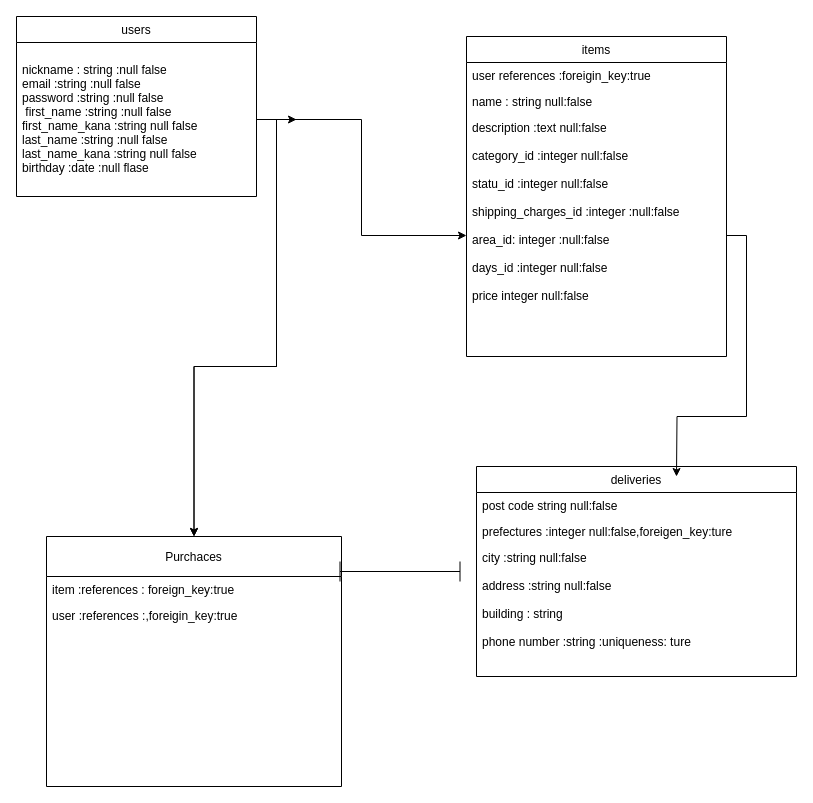
Earlier version of the draw.io diagram test.dio (hirom119/furima-30517). Source tidied: cells renumbered, new cells numbered last; positions are measured from the earlier drawing's top-left corner, leaving out a move shared by most shapes. Both pictures are drawn from the tidied source at 100%, with x=0, y=0 at pixel (16, 16).
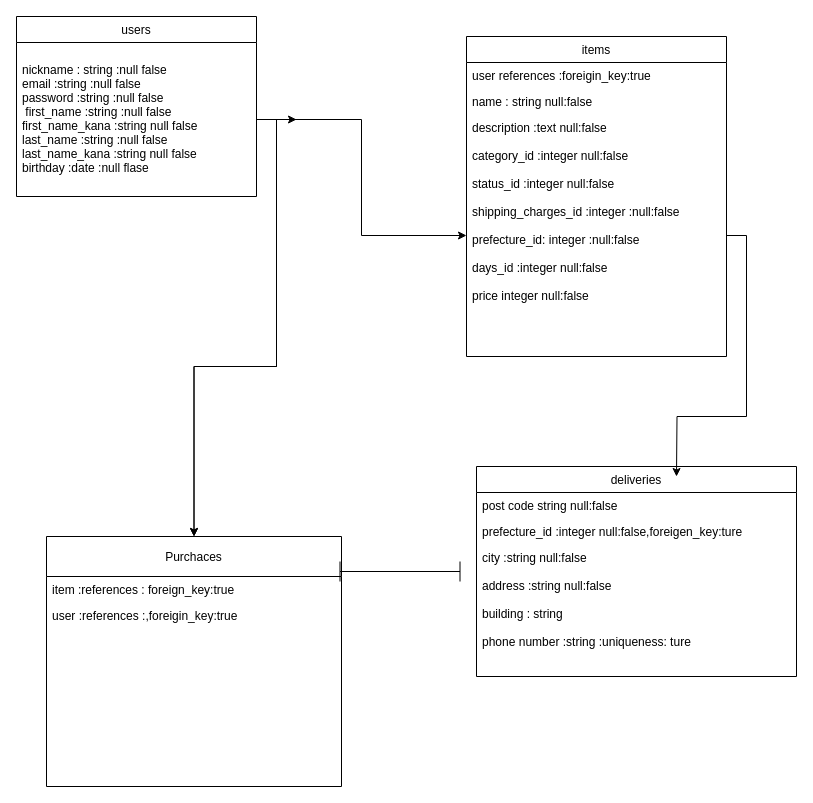
After the change.

Unchanged cells that the change refers to:
```xml
<mxCell id="4" value="deliveries" style="swimlane;fontStyle=0;horizontal=1;startSize=26;fillColor=none;" parent="1" vertex="1">
  <mxGeometry x="460" y="450" width="320" height="210" as="geometry" />
</mxCell>
<mxCell id="11" value="items" style="swimlane;fontStyle=0;horizontal=1;startSize=26;fillColor=none;" parent="1" vertex="1">
  <mxGeometry x="450" y="20" width="260" height="320" as="geometry" />
</mxCell>
```

Diff of the diagram source:
```diff
@@
-    <mxCell id="6" value="prefectures :integer null:false,foreigen_key:ture" style="text;strokeColor=none;fillColor=none;align=left;verticalAlign=top;spacingLeft=4;spacingRight=4;overflow=hidden;" parent="4" vertex="1">
+    <mxCell id="6" value="prefecture_id :integer null:false,foreigen_key:ture" style="text;strokeColor=none;fillColor=none;align=left;verticalAlign=top;spacingLeft=4;spacingRight=4;overflow=hidden;" parent="4" vertex="1">
       <mxGeometry y="52" width="320" height="26" as="geometry" />
     </mxCell>
@@
-    <mxCell id="14" value="description :text null:false&#10;&#10;category_id :integer null:false&#10;&#10;statu_id :integer null:false&#10;&#10;shipping_charges_id :integer :null:false&#10;&#10;area_id: integer :null:false&#10;&#10;days_id :integer null:false&#10;&#10;price integer null:false&#10;&#10;&#10;&#10;&#10;" style="text;strokeColor=none;fillColor=none;align=left;verticalAlign=top;spacingLeft=4;spacingRight=4;overflow=hidden;points=[[0,0.5],[1,0.5]];portConstraint=eastwest;" parent="11" vertex="1">
+    <mxCell id="14" value="description :text null:false&#10;&#10;category_id :integer null:false&#10;&#10;status_id :integer null:false&#10;&#10;shipping_charges_id :integer :null:false&#10;&#10;prefecture_id: integer :null:false&#10;&#10;days_id :integer null:false&#10;&#10;price integer null:false&#10;&#10;&#10;&#10;&#10;" style="text;strokeColor=none;fillColor=none;align=left;verticalAlign=top;spacingLeft=4;spacingRight=4;overflow=hidden;points=[[0,0.5],[1,0.5]];portConstraint=eastwest;" parent="11" vertex="1">
       <mxGeometry y="78" width="260" height="242" as="geometry" />
     </mxCell>
```
